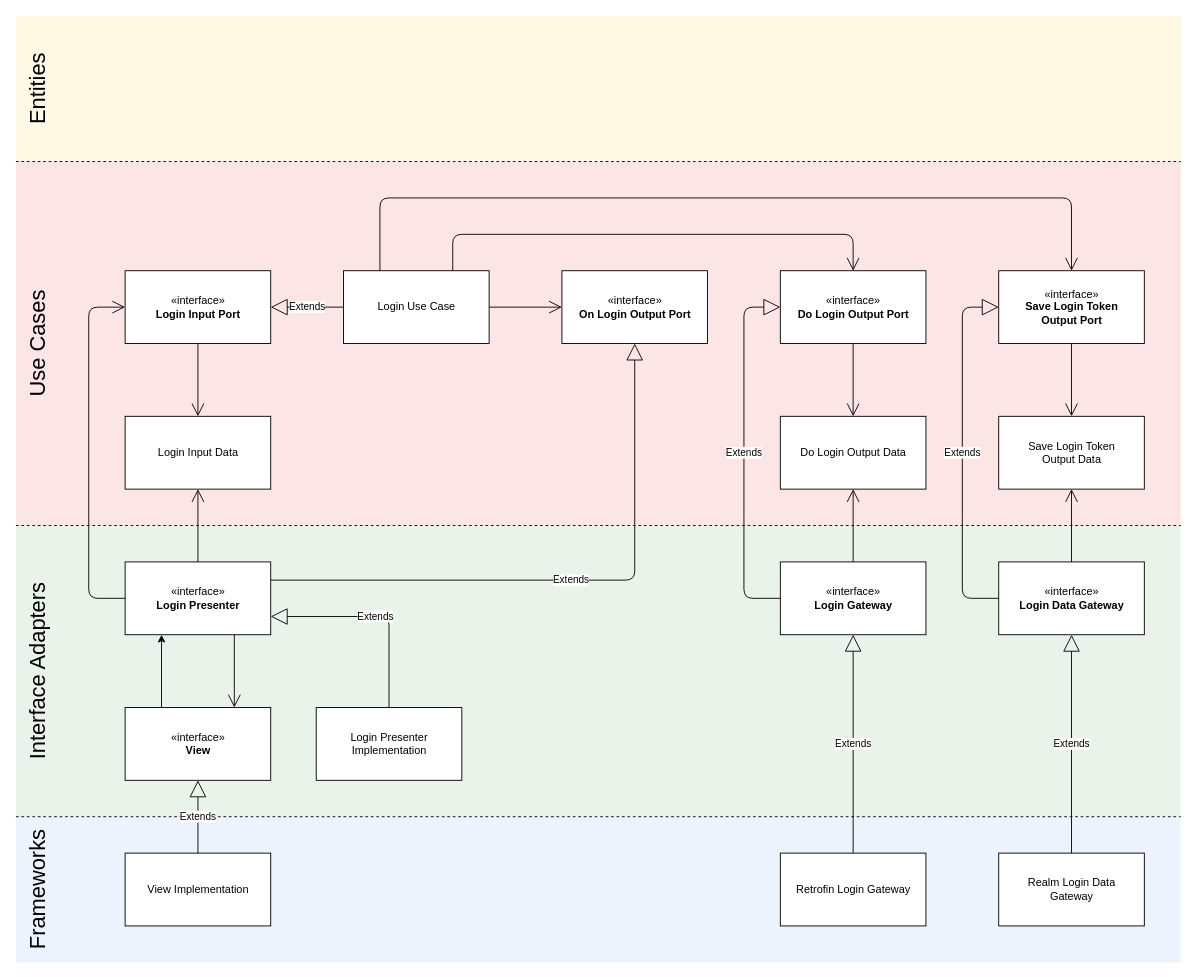
Above: Assets/simple-login-use-case-class-diagram.drawio in R4v3nPr0/mobile-architecture-proposal (draw.io), before the change. Source tidied: cells renumbered, new cells numbered last; positions are measured from the earlier drawing's top-left corner, leaving out a move shared by most shapes. Both pictures are drawn from the tidied source at 91%, with x=0, y=0 at pixel (-57, 15).
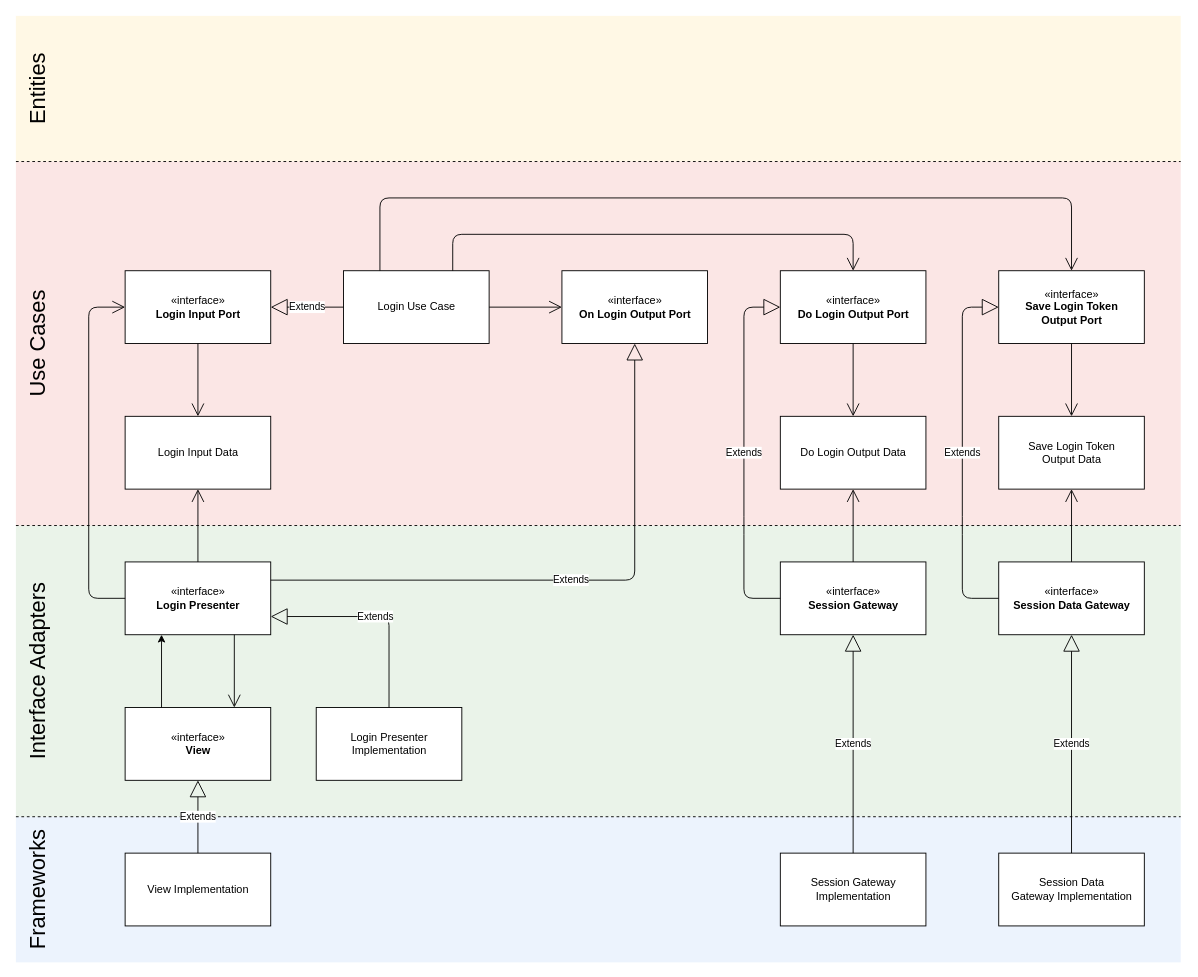
The same diagram, later.

Commit message (it also covers changes not shown here):
Adds more class diagrams and Architecture.docx drafting

The edit, as a diff of the source:
```diff
@@
-    <mxCell id="26" value="«interface»&lt;br&gt;&lt;b&gt;Login Gateway&lt;/b&gt;" style="html=1;" parent="1" vertex="1">
+    <mxCell id="26" value="«interface»&lt;br&gt;&lt;b&gt;Session Gateway&lt;/b&gt;" style="html=1;" parent="1" vertex="1">
       <mxGeometry x="920" y="600" width="160" height="80" as="geometry" />
     </mxCell>
@@
-    <mxCell id="28" value="«interface»&lt;br&gt;&lt;b&gt;Login Data Gateway&lt;/b&gt;" style="html=1;" parent="1" vertex="1">
+    <mxCell id="28" value="«interface»&lt;br&gt;&lt;b&gt;Session Data Gateway&lt;/b&gt;" style="html=1;" parent="1" vertex="1">
       <mxGeometry x="1160" y="600" width="160" height="80" as="geometry" />
     </mxCell>
@@
-    <mxCell id="37" value="Retrofin Login&amp;nbsp;Gateway" style="html=1;" parent="1" vertex="1">
+    <mxCell id="37" value="Session Gateway&lt;br&gt;Implementation" style="html=1;" parent="1" vertex="1">
       <mxGeometry x="920" y="920" width="160" height="80" as="geometry" />
     </mxCell>
@@
-    <mxCell id="39" value="Realm Login Data&lt;br&gt;Gateway" style="html=1;" parent="1" vertex="1">
+    <mxCell id="39" value="Session Data&lt;br&gt;Gateway Implementation" style="html=1;" parent="1" vertex="1">
       <mxGeometry x="1160" y="920" width="160" height="80" as="geometry" />
     </mxCell>
```
